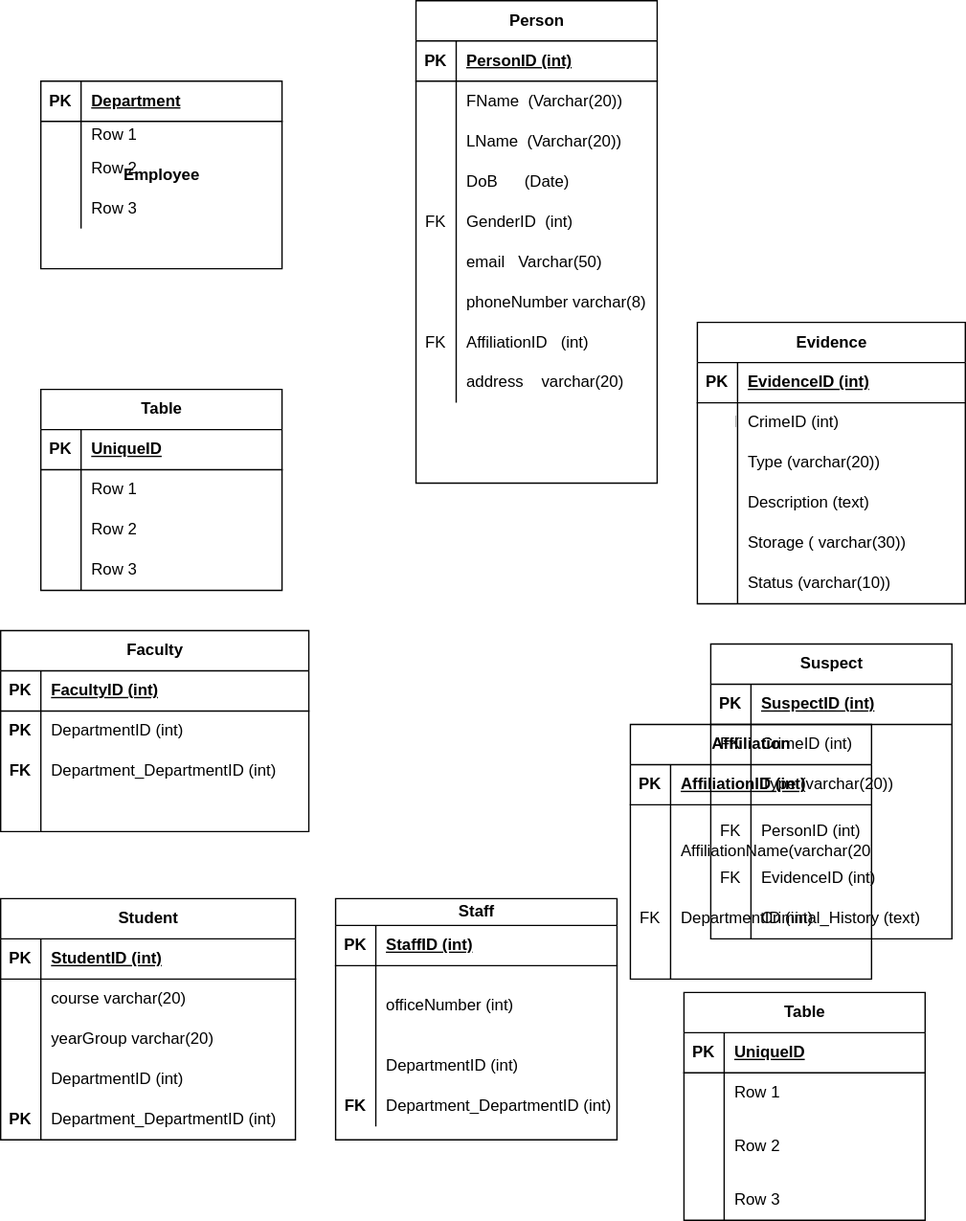
Before: Untitled Diagram.drawio.svg, a diagram exported from draw.io (Priscile2/Diagrams). Source tidied: cells renumbered, new cells last; positions are measured from the earlier drawing's top-left corner, leaving out a move shared by most shapes.
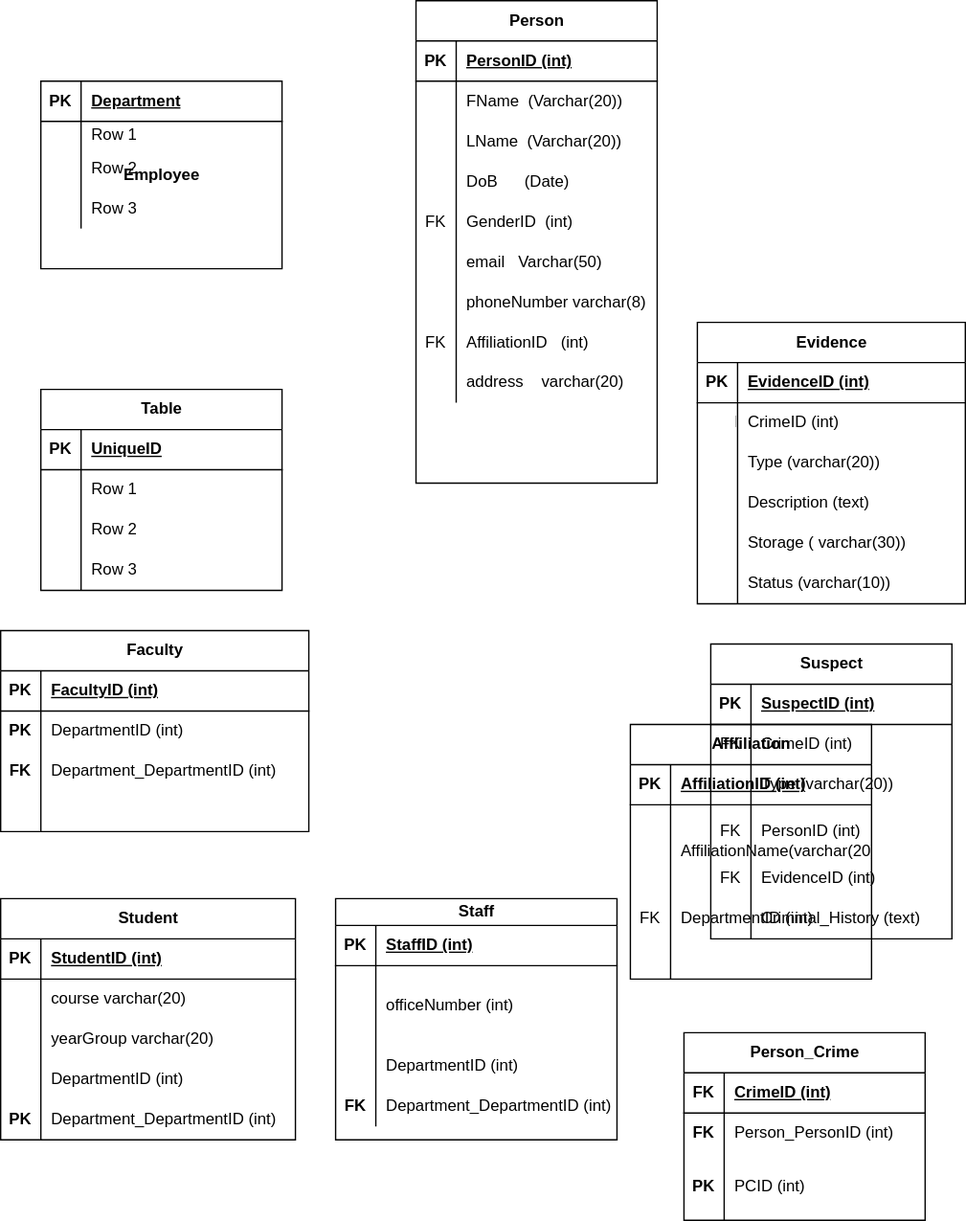
After the commit.

Change to the diagram source:
```diff
@@ -317,45 +317,36 @@
     <mxCell id="106" value="Criminal_History (text)" style="shape=partialRectangle;fillColor=none;top=0;left=0;bottom=0;right=0;align=left;spacingLeft=6;overflow=hidden;whiteSpace=wrap;html=1;" parent="104" vertex="1">
       <mxGeometry x="30" width="150" height="30" as="geometry" />
     </mxCell>
-    <mxCell id="107" value="Table" style="shape=table;startSize=30;rowLines=0;fontStyle=1;align=center;html=1;" parent="1" vertex="1">
-      <mxGeometry x="510" y="740" width="180" height="170" as="geometry" />
+    <mxCell id="107" value="Person_Crime" style="shape=table;startSize=30;rowLines=0;fontStyle=1;align=center;html=1;" parent="1" vertex="1">
+      <mxGeometry x="510" y="770" width="180" height="140" as="geometry" />
     </mxCell>
     <mxCell id="108" style="shape=tableRow;horizontal=0;startSize=0;swimlaneHead=0;swimlaneBody=0;fillColor=none;top=0;left=0;right=0;bottom=1;" parent="107" vertex="1">
       <mxGeometry y="30" width="180" height="30" as="geometry" />
     </mxCell>
-    <mxCell id="109" value="PK" style="shape=partialRectangle;fillColor=none;top=0;left=0;bottom=0;right=0;fontStyle=1;overflow=hidden;whiteSpace=wrap;html=1;" parent="108" vertex="1">
+    <mxCell id="109" value="FK" style="shape=partialRectangle;fillColor=none;top=0;left=0;bottom=0;right=0;fontStyle=1;overflow=hidden;whiteSpace=wrap;html=1;" parent="108" vertex="1">
       <mxGeometry width="30" height="30" as="geometry" />
     </mxCell>
-    <mxCell id="110" value="UniqueID" style="shape=partialRectangle;fillColor=none;top=0;left=0;bottom=0;right=0;align=left;spacingLeft=6;fontStyle=5;overflow=hidden;whiteSpace=wrap;html=1;" parent="108" vertex="1">
+    <mxCell id="110" value="CrimeID (int)" style="shape=partialRectangle;fillColor=none;top=0;left=0;bottom=0;right=0;align=left;spacingLeft=6;fontStyle=5;overflow=hidden;whiteSpace=wrap;html=1;" parent="108" vertex="1">
       <mxGeometry x="30" width="150" height="30" as="geometry" />
     </mxCell>
     <mxCell id="111" style="shape=tableRow;horizontal=0;startSize=0;swimlaneHead=0;swimlaneBody=0;fillColor=none;top=0;left=0;right=0;bottom=0;" parent="107" vertex="1">
       <mxGeometry y="60" width="180" height="30" as="geometry" />
     </mxCell>
-    <mxCell id="112" style="shape=partialRectangle;fillColor=none;top=0;left=0;bottom=0;right=0;overflow=hidden;whiteSpace=wrap;html=1;" parent="111" vertex="1">
+    <mxCell id="112" value="&lt;b&gt;FK&lt;/b&gt;" style="shape=partialRectangle;fillColor=none;top=0;left=0;bottom=0;right=0;overflow=hidden;whiteSpace=wrap;html=1;" parent="111" vertex="1">
       <mxGeometry width="30" height="30" as="geometry" />
     </mxCell>
-    <mxCell id="113" value="Row 1" style="shape=partialRectangle;fillColor=none;top=0;left=0;bottom=0;right=0;align=left;spacingLeft=6;overflow=hidden;whiteSpace=wrap;html=1;" parent="111" vertex="1">
+    <mxCell id="113" value="Person_PersonID (int)" style="shape=partialRectangle;fillColor=none;top=0;left=0;bottom=0;right=0;align=left;spacingLeft=6;overflow=hidden;whiteSpace=wrap;html=1;" parent="111" vertex="1">
       <mxGeometry x="30" width="150" height="30" as="geometry" />
     </mxCell>
     <mxCell id="114" style="shape=tableRow;horizontal=0;startSize=0;swimlaneHead=0;swimlaneBody=0;fillColor=none;top=0;left=0;right=0;bottom=0;" parent="107" vertex="1">
       <mxGeometry y="90" width="180" height="50" as="geometry" />
     </mxCell>
-    <mxCell id="115" style="shape=partialRectangle;fillColor=none;top=0;left=0;bottom=0;right=0;overflow=hidden;whiteSpace=wrap;html=1;" parent="114" vertex="1">
+    <mxCell id="115" value="&lt;b&gt;PK&lt;/b&gt;" style="shape=partialRectangle;fillColor=none;top=0;left=0;bottom=0;right=0;overflow=hidden;whiteSpace=wrap;html=1;" parent="114" vertex="1">
       <mxGeometry width="30" height="50" as="geometry" />
     </mxCell>
-    <mxCell id="116" value="Row 2" style="shape=partialRectangle;fillColor=none;top=0;left=0;bottom=0;right=0;align=left;spacingLeft=6;overflow=hidden;whiteSpace=wrap;html=1;" parent="114" vertex="1">
+    <mxCell id="116" value="PCID (int)" style="shape=partialRectangle;fillColor=none;top=0;left=0;bottom=0;right=0;align=left;spacingLeft=6;overflow=hidden;whiteSpace=wrap;html=1;" parent="114" vertex="1">
       <mxGeometry x="30" width="150" height="50" as="geometry" />
     </mxCell>
-    <mxCell id="117" style="shape=tableRow;horizontal=0;startSize=0;swimlaneHead=0;swimlaneBody=0;fillColor=none;top=0;left=0;right=0;bottom=0;" parent="107" vertex="1">
-      <mxGeometry y="140" width="180" height="30" as="geometry" />
-    </mxCell>
-    <mxCell id="118" style="shape=partialRectangle;fillColor=none;top=0;left=0;bottom=0;right=0;overflow=hidden;whiteSpace=wrap;html=1;" parent="117" vertex="1">
-      <mxGeometry width="30" height="30" as="geometry" />
-    </mxCell>
-    <mxCell id="119" value="Row 3" style="shape=partialRectangle;fillColor=none;top=0;left=0;bottom=0;right=0;align=left;spacingLeft=6;overflow=hidden;whiteSpace=wrap;html=1;" parent="117" vertex="1">
-      <mxGeometry x="30" width="150" height="30" as="geometry" />
-    </mxCell>
     <mxCell id="120" value="Faculty" style="shape=table;startSize=30;rowLines=0;fontStyle=1;align=center;html=1;" parent="1" vertex="1">
       <mxGeometry y="470" width="230" height="150" as="geometry" />
     </mxCell>
```
